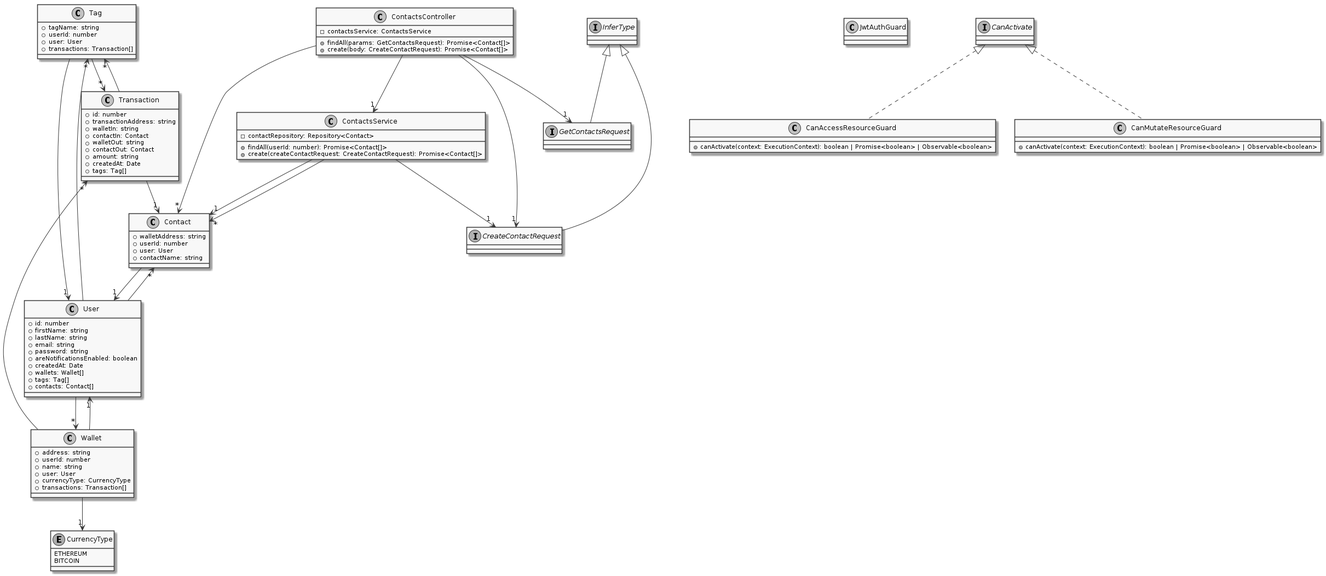
Earlier version of the PlantUML export packages/docs/diagrams/generated/class_diagram_api_contacts.png (SOEN-490-Capstone/Cryptify). Source of this version:
```plantuml
@startuml
skinparam monochrome true
class Tag {
    +tagName: string
    +userId: number
    +user: User
    +transactions: Transaction[]
}
class Transaction {
    +id: number
    +transactionAddress: string
    +walletIn: string
    +contactIn: Contact
    +walletOut: string
    +contactOut: Contact
    +amount: string
    +createdAt: Date
    +tags: Tag[]
}
enum CurrencyType {
    ETHEREUM
    BITCOIN
}
class Wallet {
    +address: string
    +userId: number
    +name: string
    +user: User
    +currencyType: CurrencyType
    +transactions: Transaction[]
}
class User {
    +id: number
    +firstName: string
    +lastName: string
    +email: string
    +password: string
    +areNotificationsEnabled: boolean
    +createdAt: Date
    +wallets: Wallet[]
    +tags: Tag[]
    +contacts: Contact[]
}
class Contact {
    +walletAddress: string
    +userId: number
    +user: User
    +contactName: string
}
interface CreateContactRequest extends InferType
class ContactsService {
    -contactRepository: Repository<Contact>
    +findAll(userId: number): Promise<Contact[]>
    +create(createContactRequest: CreateContactRequest): Promise<Contact[]>
}
interface GetContactsRequest extends InferType
class JwtAuthGuard
class CanAccessResourceGuard implements CanActivate {
    +canActivate(context: ExecutionContext): boolean | Promise<boolean> | Observable<boolean>
}
class CanMutateResourceGuard implements CanActivate {
    +canActivate(context: ExecutionContext): boolean | Promise<boolean> | Observable<boolean>
}
class ContactsController {
    -contactsService: ContactsService
    +findAll(params: GetContactsRequest): Promise<Contact[]>
    +create(body: CreateContactRequest): Promise<Contact[]>
}
Tag --> "1" User
Tag --> "*" Transaction
Transaction --> "1" Contact
Transaction --> "*" Tag
Wallet --> "1" User
Wallet --> "1" CurrencyType
Wallet --> "*" Transaction
User --> "*" Wallet
User --> "*" Tag
User --> "*" Contact
Contact --> "1" User
ContactsService --> "1" Contact
ContactsService --> "*" Contact
ContactsService --> "1" CreateContactRequest
ContactsController --> "1" ContactsService
ContactsController --> "1" GetContactsRequest
ContactsController --> "*" Contact
ContactsController --> "1" CreateContactRequest
@enduml
```
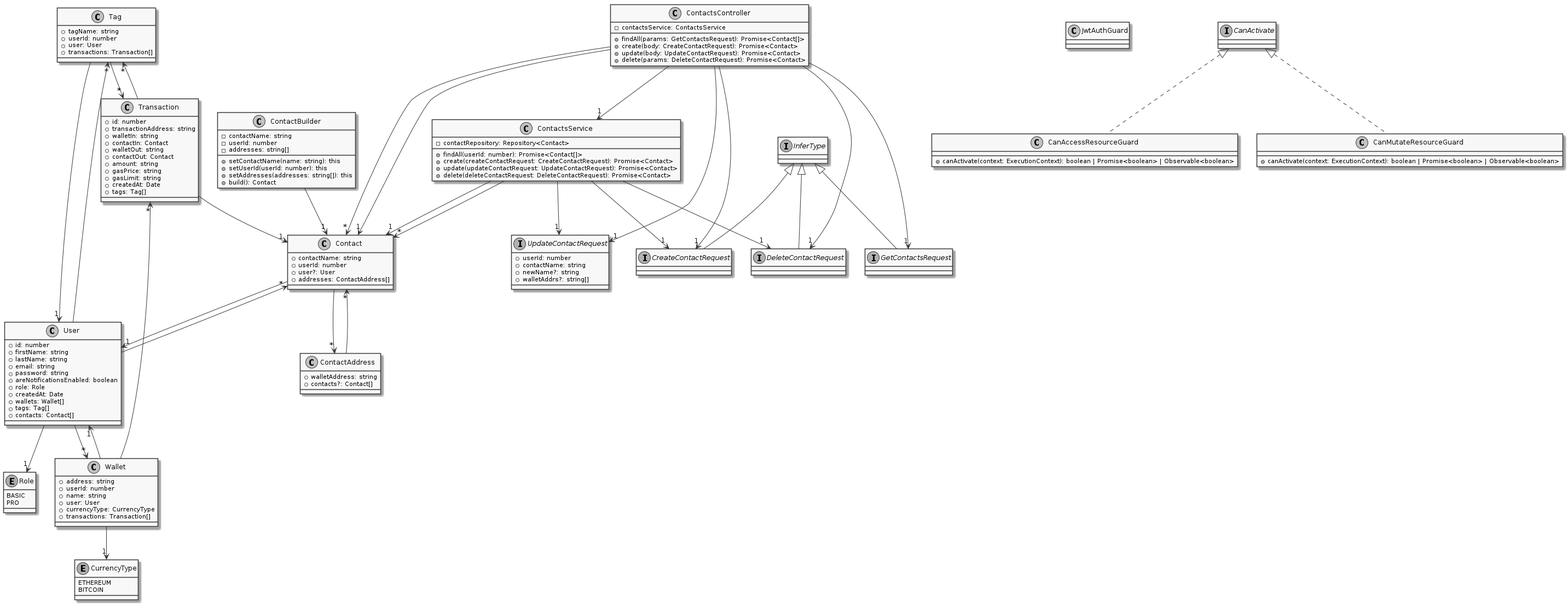
The same diagram one commit later.

What changed in the source:
```diff
@@ -14,6 +14,8 @@
     +walletOut: string
     +contactOut: Contact
     +amount: string
+    +gasPrice: string
+    +gasLimit: string
     +createdAt: Date
     +tags: Tag[]
 }
@@ -29,6 +31,10 @@
     +currencyType: CurrencyType
     +transactions: Transaction[]
 }
+enum Role {
+    BASIC
+    PRO
+}
 class User {
     +id: number
     +firstName: string
@@ -36,22 +42,45 @@
     +email: string
     +password: string
     +areNotificationsEnabled: boolean
+    +role: Role
     +createdAt: Date
     +wallets: Wallet[]
     +tags: Tag[]
     +contacts: Contact[]
 }
+class ContactAddress {
+    +walletAddress: string
+    +contacts?: Contact[]
+}
 class Contact {
-    +walletAddress: string
+    +contactName: string
     +userId: number
-    +user: User
-    +contactName: string
+    +user?: User
+    +addresses: ContactAddress[]
+}
+class ContactBuilder {
+    -contactName: string
+    -userId: number
+    -addresses: string[]
+    +setContactName(name: string): this
+    +setUserId(userId: number): this
+    +setAddresses(addresses: string[]): this
+    +build(): Contact
 }
 interface CreateContactRequest extends InferType
+interface DeleteContactRequest extends InferType
+interface UpdateContactRequest {
+    +userId: number
+    +contactName: string
+    +newName?: string
+    +walletAddrs?: string[]
+}
 class ContactsService {
     -contactRepository: Repository<Contact>
     +findAll(userId: number): Promise<Contact[]>
-    +create(createContactRequest: CreateContactRequest): Promise<Contact[]>
+    +create(createContactRequest: CreateContactRequest): Promise<Contact>
+    +update(updateContactRequest: UpdateContactRequest): Promise<Contact>
+    +delete(deleteContactRequest: DeleteContactRequest): Promise<Contact>
 }
 interface GetContactsRequest extends InferType
 class JwtAuthGuard
@@ -64,7 +93,9 @@
 class ContactsController {
     -contactsService: ContactsService
     +findAll(params: GetContactsRequest): Promise<Contact[]>
-    +create(body: CreateContactRequest): Promise<Contact[]>
+    +create(body: CreateContactRequest): Promise<Contact>
+    +update(body: UpdateContactRequest): Promise<Contact>
+    +delete(params: DeleteContactRequest): Promise<Contact>
 }
 Tag --> "1" User
 Tag --> "*" Transaction
@@ -73,15 +104,24 @@
 Wallet --> "1" User
 Wallet --> "1" CurrencyType
 Wallet --> "*" Transaction
+User --> "1" Role
 User --> "*" Wallet
 User --> "*" Tag
 User --> "*" Contact
+ContactAddress --> "*" Contact
 Contact --> "1" User
+Contact --> "*" ContactAddress
+ContactBuilder --> "1" Contact
 ContactsService --> "1" Contact
 ContactsService --> "*" Contact
 ContactsService --> "1" CreateContactRequest
+ContactsService --> "1" UpdateContactRequest
+ContactsService --> "1" DeleteContactRequest
 ContactsController --> "1" ContactsService
 ContactsController --> "1" GetContactsRequest
 ContactsController --> "*" Contact
 ContactsController --> "1" CreateContactRequest
+ContactsController --> "1" Contact
+ContactsController --> "1" UpdateContactRequest
+ContactsController --> "1" DeleteContactRequest
 @enduml
```
